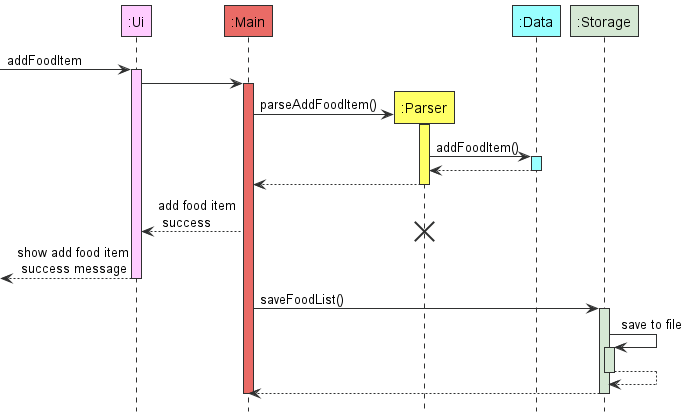
Earlier version of the PlantUML export docs/images/Architecture.png (tryyang2001/tp).
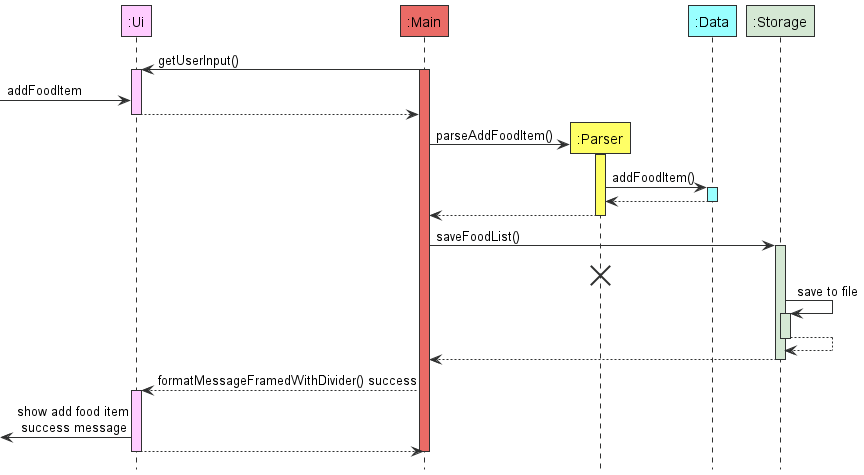
The same file after the commit.

What changed in the source:
```diff
@@ -3,23 +3,26 @@
 hide footbox
 
 participant ":Ui" as ui UI_COLOUR
--> ui ++ UI_COLOUR : addFoodItem
 participant ":Main" as main MAIN_COLOUR
-ui -> main ++MAIN_COLOUR
+main -> ui ++ UI_COLOUR: getUserInput()
+main++ MAIN_COLOUR
+-> ui   UI_COLOUR : addFoodItem
+ui --> main --
 create ":Parser" as parser LOGIC_COLOUR
 main -> parser ++ LOGIC_COLOUR : parseAddFoodItem()
 participant ":Data" as itemlist DATA_COLOUR
 parser -> itemlist ++ DATA_COLOUR : addFoodItem()
 itemlist --> parser --  :
 parser --> main --
-main --> ui : add food item\n success
-destroy parser
-<--- ui -- : show add food item\n success message
 participant ":Storage" as storage STORAGE_COLOUR
 main -> storage ++ STORAGE_COLOUR: saveFoodList()
+destroy parser
 storage -> storage ++ STORAGE_COLOUR: save to file
 storage --> storage --
 storage --> main --
+main --> ui ++ UI_COLOUR: formatMessageFramedWithDivider() success
+<- ui  : show add food item\n success message
+ui --> main --
 main --
 
 @enduml
```
